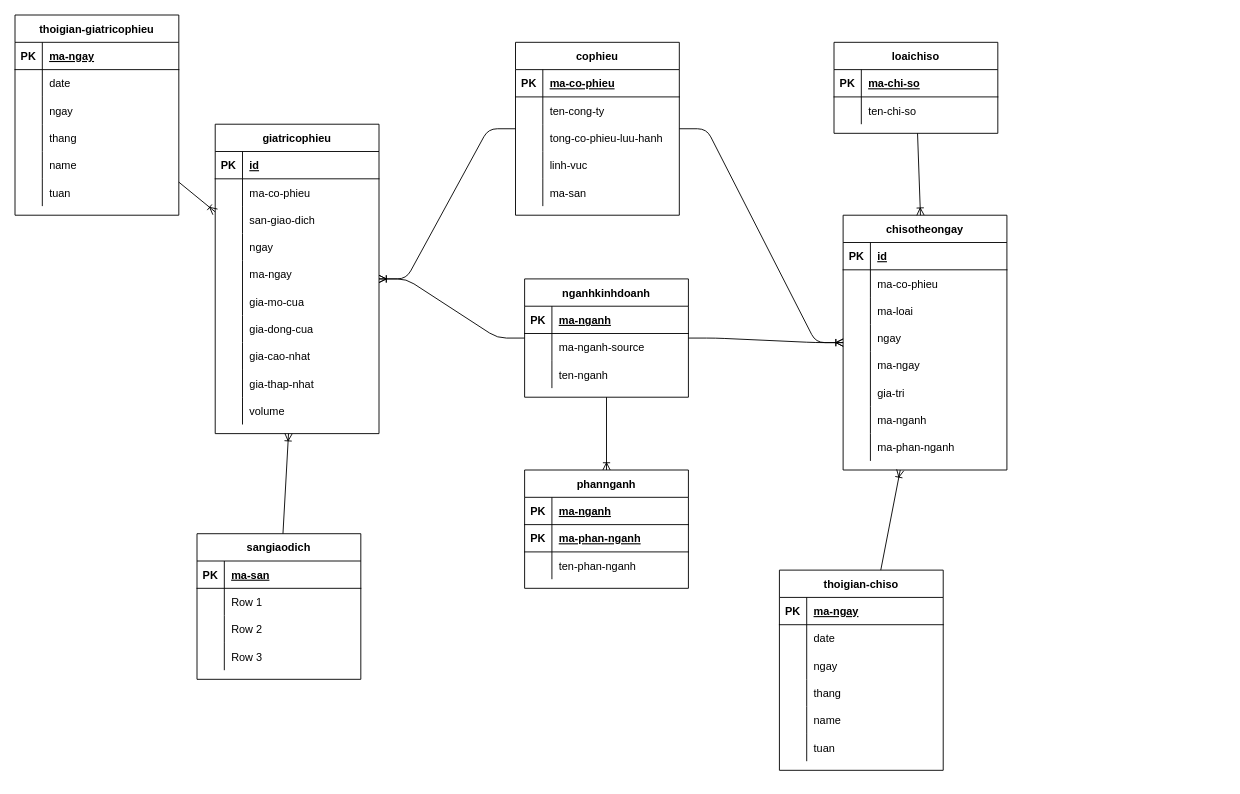
The draw.io diagram BusinessIntelligence/images/DDS.drawio in trandinhlam/master_2nd_semester, before the edit. Source tidied: cells renumbered, new cells numbered last; positions are measured from the earlier drawing's top-left corner, leaving out a move shared by most shapes. Both pictures are drawn from the tidied source at 91%, with x=0, y=0 at pixel (15, 15).
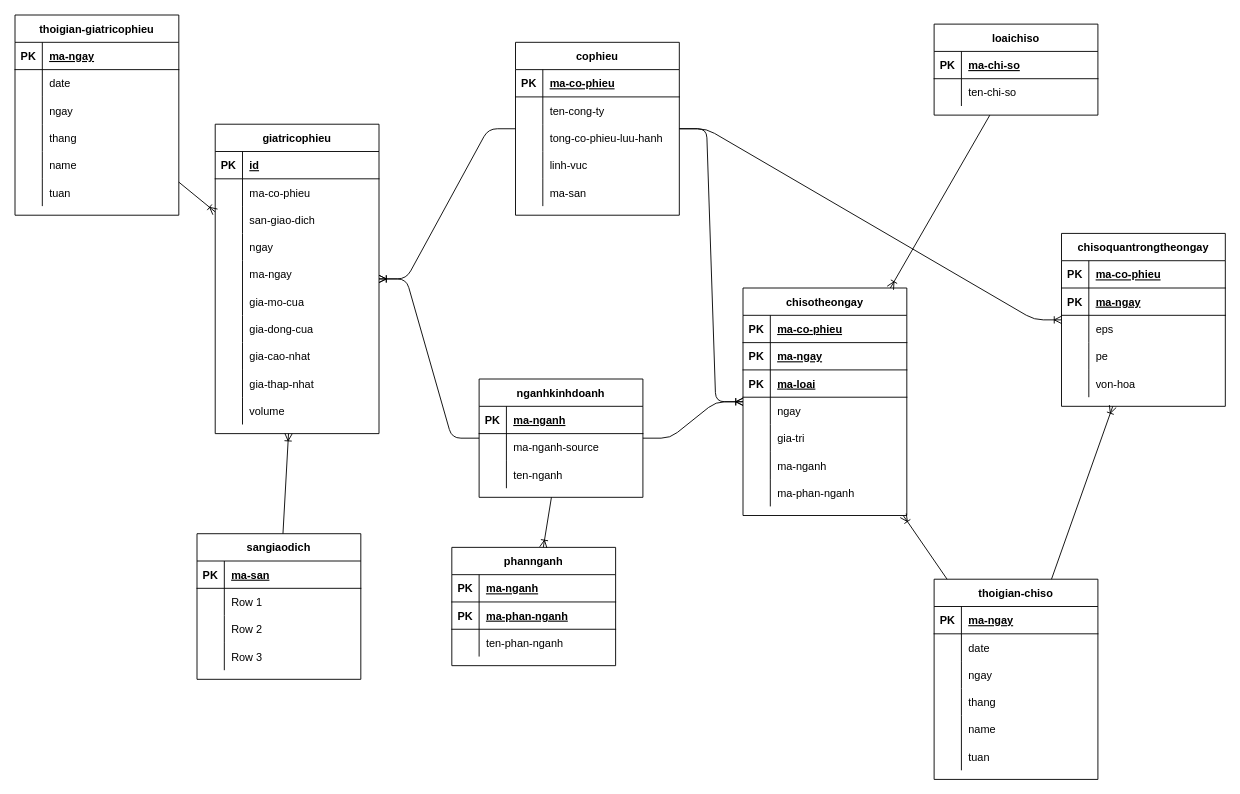
The same page after the edit.

Unchanged cells that the change refers to:
```xml
<mxCell id="40" value="cophieu" style="shape=table;startSize=30;childLayout=tableLayout;rowLines=0;fontStyle=1;align=center;" parent="1" vertex="1">
  <mxGeometry x="550" y="30" width="180" height="190" as="geometry" />
</mxCell>
<mxCell id="70" style="shape=partialRectangle;fillColor=none;top=0;left=0;bottom=1;right=0;" parent="69" vertex="1">
  <mxGeometry y="30" width="180" height="30" as="geometry" />
</mxCell>
```

What changed in the source:
```diff
@@
     <mxCell id="33" value="loaichiso" style="shape=table;startSize=30;childLayout=tableLayout;rowLines=0;fontStyle=1;align=center;" parent="1" vertex="1">
-      <mxGeometry x="900" y="30" width="180" height="100" as="geometry" />
+      <mxGeometry x="1010" y="10" width="180" height="100" as="geometry" />
     </mxCell>
@@
     <mxCell id="69" value="chisotheongay" style="shape=table;startSize=30;childLayout=tableLayout;rowLines=0;fontStyle=1;align=center;" parent="1" vertex="1">
-      <mxGeometry x="910" y="220" width="180" height="280" as="geometry" />
+      <mxGeometry x="800" y="300" width="180" height="250" as="geometry" />
     </mxCell>
@@
-    <mxCell id="72" value="id" style="shape=partialRectangle;fillColor=none;top=0;left=0;bottom=0;right=0;align=left;spacingLeft=6;fontStyle=5;overflow=hidden;" parent="70" vertex="1">
+    <mxCell id="72" value="ma-co-phieu" style="shape=partialRectangle;fillColor=none;top=0;left=0;bottom=0;right=0;align=left;spacingLeft=6;fontStyle=5;overflow=hidden;" parent="70" vertex="1">
       <mxGeometry x="30" width="150" height="30" as="geometry" />
     </mxCell>
-    <mxCell id="73" style="shape=partialRectangle;fillColor=none;top=0;left=0;bottom=0;right=0;" parent="69" vertex="1">
-      <mxGeometry y="60" width="180" height="30" as="geometry" />
-    </mxCell>
-    <mxCell id="74" style="shape=partialRectangle;fillColor=none;top=0;left=0;bottom=0;right=0;overflow=hidden;" parent="73" vertex="1">
-      <mxGeometry width="30" height="30" as="geometry" />
-    </mxCell>
-    <mxCell id="75" value="ma-co-phieu" style="shape=partialRectangle;fillColor=none;top=0;left=0;bottom=0;right=0;align=left;spacingLeft=6;overflow=hidden;" parent="73" vertex="1">
-      <mxGeometry x="30" width="150" height="30" as="geometry" />
-    </mxCell>
-    <mxCell id="76" style="shape=partialRectangle;fillColor=none;top=0;left=0;bottom=0;right=0;" parent="69" vertex="1">
-      <mxGeometry y="90" width="180" height="30" as="geometry" />
-    </mxCell>
-    <mxCell id="77" style="shape=partialRectangle;fillColor=none;top=0;left=0;bottom=0;right=0;overflow=hidden;" parent="76" vertex="1">
-      <mxGeometry width="30" height="30" as="geometry" />
-    </mxCell>
+    <mxCell id="161" style="shape=partialRectangle;fillColor=none;top=0;left=0;bottom=1;right=0;" parent="69" vertex="1">
+      <mxGeometry y="60" width="180" height="30" as="geometry" />
+    </mxCell>
+    <mxCell id="162" value="PK" style="shape=partialRectangle;fillColor=none;top=0;left=0;bottom=0;right=0;fontStyle=1;overflow=hidden;" parent="161" vertex="1">
+      <mxGeometry width="30" height="30" as="geometry" />
+    </mxCell>
+    <mxCell id="163" value="ma-ngay" style="shape=partialRectangle;fillColor=none;top=0;left=0;bottom=0;right=0;align=left;spacingLeft=6;fontStyle=5;overflow=hidden;" parent="161" vertex="1">
+      <mxGeometry x="30" width="150" height="30" as="geometry" />
+    </mxCell>
+    <mxCell id="164" style="shape=partialRectangle;fillColor=none;top=0;left=0;bottom=1;right=0;" parent="69" vertex="1">
+      <mxGeometry y="90" width="180" height="30" as="geometry" />
+    </mxCell>
+    <mxCell id="165" value="PK" style="shape=partialRectangle;fillColor=none;top=0;left=0;bottom=0;right=0;fontStyle=1;overflow=hidden;" parent="164" vertex="1">
+      <mxGeometry width="30" height="30" as="geometry" />
+    </mxCell>
-    <mxCell id="78" value="ma-loai" style="shape=partialRectangle;fillColor=none;top=0;left=0;bottom=0;right=0;align=left;spacingLeft=6;overflow=hidden;" parent="76" vertex="1">
+    <mxCell id="78" value="ma-loai" style="shape=partialRectangle;fillColor=none;top=0;left=0;bottom=0;right=0;align=left;spacingLeft=6;fontStyle=5;overflow=hidden;" parent="164" vertex="1">
       <mxGeometry x="30" width="150" height="30" as="geometry" />
     </mxCell>
@@
-    <mxCell id="82" style="shape=partialRectangle;fillColor=none;top=0;left=0;bottom=0;right=0;" parent="69" vertex="1">
-      <mxGeometry y="150" width="180" height="30" as="geometry" />
-    </mxCell>
-    <mxCell id="83" style="shape=partialRectangle;fillColor=none;top=0;left=0;bottom=0;right=0;overflow=hidden;" parent="82" vertex="1">
-      <mxGeometry width="30" height="30" as="geometry" />
-    </mxCell>
-    <mxCell id="84" value="ma-ngay" style="shape=partialRectangle;fillColor=none;top=0;left=0;bottom=0;right=0;align=left;spacingLeft=6;overflow=hidden;" parent="82" vertex="1">
-      <mxGeometry x="30" width="150" height="30" as="geometry" />
-    </mxCell>
     <mxCell id="85" style="shape=partialRectangle;fillColor=none;top=0;left=0;bottom=0;right=0;" parent="69" vertex="1">
-      <mxGeometry y="180" width="180" height="30" as="geometry" />
+      <mxGeometry y="150" width="180" height="30" as="geometry" />
     </mxCell>
@@
     <mxCell id="88" style="shape=partialRectangle;fillColor=none;top=0;left=0;bottom=0;right=0;" parent="69" vertex="1">
-      <mxGeometry y="210" width="180" height="30" as="geometry" />
+      <mxGeometry y="180" width="180" height="30" as="geometry" />
     </mxCell>
@@
     <mxCell id="91" style="shape=partialRectangle;fillColor=none;top=0;left=0;bottom=0;right=0;" parent="69" vertex="1">
-      <mxGeometry y="240" width="180" height="30" as="geometry" />
+      <mxGeometry y="210" width="180" height="30" as="geometry" />
     </mxCell>
@@
     <mxCell id="94" value="nganhkinhdoanh" style="shape=table;startSize=30;childLayout=tableLayout;rowLines=0;fontStyle=1;align=center;" parent="1" vertex="1">
-      <mxGeometry x="560" y="290" width="180" height="130" as="geometry" />
+      <mxGeometry x="510" y="400" width="180" height="130" as="geometry" />
     </mxCell>
@@
     <mxCell id="104" value="phannganh" style="shape=table;startSize=30;childLayout=tableLayout;rowLines=0;fontStyle=1;align=center;" parent="1" vertex="1">
-      <mxGeometry x="560" y="500" width="180" height="130" as="geometry" />
+      <mxGeometry x="480" y="585" width="180" height="130" as="geometry" />
     </mxCell>
@@
     <mxCell id="133" value="thoigian-chiso" style="shape=table;startSize=30;childLayout=tableLayout;rowLines=0;fontStyle=1;align=center;" parent="1" vertex="1">
-      <mxGeometry x="840" y="610" width="180" height="220" as="geometry" />
+      <mxGeometry x="1010" y="620" width="180" height="220" as="geometry" />
     </mxCell>
@@
+    <mxCell id="166" value="chisoquantrongtheongay" style="shape=table;startSize=30;childLayout=tableLayout;rowLines=0;fontStyle=1;align=center;" parent="1" vertex="1">
+      <mxGeometry x="1150" y="240" width="180" height="190" as="geometry" />
+    </mxCell>
+    <mxCell id="167" style="shape=partialRectangle;fillColor=none;top=0;left=0;bottom=1;right=0;" parent="166" vertex="1">
+      <mxGeometry y="30" width="180" height="30" as="geometry" />
+    </mxCell>
+    <mxCell id="168" value="PK" style="shape=partialRectangle;fillColor=none;top=0;left=0;bottom=0;right=0;fontStyle=1;overflow=hidden;" parent="167" vertex="1">
+      <mxGeometry width="30" height="30" as="geometry" />
+    </mxCell>
+    <mxCell id="75" value="ma-co-phieu" style="shape=partialRectangle;fillColor=none;top=0;left=0;bottom=0;right=0;align=left;spacingLeft=6;fontStyle=5;overflow=hidden;" parent="167" vertex="1">
+      <mxGeometry x="30" width="150" height="30" as="geometry" />
+    </mxCell>
+    <mxCell id="169" style="shape=partialRectangle;fillColor=none;top=0;left=0;bottom=1;right=0;" parent="166" vertex="1">
+      <mxGeometry y="60" width="180" height="30" as="geometry" />
+    </mxCell>
+    <mxCell id="170" value="PK" style="shape=partialRectangle;fillColor=none;top=0;left=0;bottom=0;right=0;fontStyle=1;overflow=hidden;" parent="169" vertex="1">
+      <mxGeometry width="30" height="30" as="geometry" />
+    </mxCell>
+    <mxCell id="171" value="ma-ngay" style="shape=partialRectangle;fillColor=none;top=0;left=0;bottom=0;right=0;align=left;spacingLeft=6;fontStyle=5;overflow=hidden;" parent="169" vertex="1">
+      <mxGeometry x="30" width="150" height="30" as="geometry" />
+    </mxCell>
+    <mxCell id="76" style="shape=partialRectangle;fillColor=none;top=0;left=0;bottom=0;right=0;" parent="166" vertex="1">
+      <mxGeometry y="90" width="180" height="30" as="geometry" />
+    </mxCell>
+    <mxCell id="172" style="shape=partialRectangle;fillColor=none;top=0;left=0;bottom=0;right=0;overflow=hidden;" parent="76" vertex="1">
+      <mxGeometry width="30" height="30" as="geometry" />
+    </mxCell>
+    <mxCell id="173" value="eps" style="shape=partialRectangle;fillColor=none;top=0;left=0;bottom=0;right=0;align=left;spacingLeft=6;overflow=hidden;" parent="76" vertex="1">
+      <mxGeometry x="30" width="150" height="30" as="geometry" />
+    </mxCell>
+    <mxCell id="174" style="shape=partialRectangle;fillColor=none;top=0;left=0;bottom=0;right=0;" parent="166" vertex="1">
+      <mxGeometry y="120" width="180" height="30" as="geometry" />
+    </mxCell>
+    <mxCell id="175" style="shape=partialRectangle;fillColor=none;top=0;left=0;bottom=0;right=0;overflow=hidden;" parent="174" vertex="1">
+      <mxGeometry width="30" height="30" as="geometry" />
+    </mxCell>
+    <mxCell id="176" value="pe" style="shape=partialRectangle;fillColor=none;top=0;left=0;bottom=0;right=0;align=left;spacingLeft=6;overflow=hidden;" parent="174" vertex="1">
+      <mxGeometry x="30" width="150" height="30" as="geometry" />
+    </mxCell>
+    <mxCell id="82" style="shape=partialRectangle;fillColor=none;top=0;left=0;bottom=0;right=0;" parent="166" vertex="1">
+      <mxGeometry y="150" width="180" height="30" as="geometry" />
+    </mxCell>
+    <mxCell id="177" style="shape=partialRectangle;fillColor=none;top=0;left=0;bottom=0;right=0;overflow=hidden;" parent="82" vertex="1">
+      <mxGeometry width="30" height="30" as="geometry" />
+    </mxCell>
+    <mxCell id="178" value="von-hoa" style="shape=partialRectangle;fillColor=none;top=0;left=0;bottom=0;right=0;align=left;spacingLeft=6;overflow=hidden;" parent="82" vertex="1">
+      <mxGeometry x="30" width="150" height="30" as="geometry" />
+    </mxCell>
+    <mxCell id="179" style="fontSize=12;html=1;endArrow=ERoneToMany;" parent="1" edge="1" source="133" target="166">
+      <mxGeometry relative="1" as="geometry" />
+    </mxCell>
+    <mxCell id="180" style="edgeStyle=entityRelationEdgeStyle;fontSize=12;html=1;endArrow=ERoneToMany;" parent="1" edge="1" source="40" target="166">
+      <mxGeometry relative="1" as="geometry" />
+    </mxCell>
```
